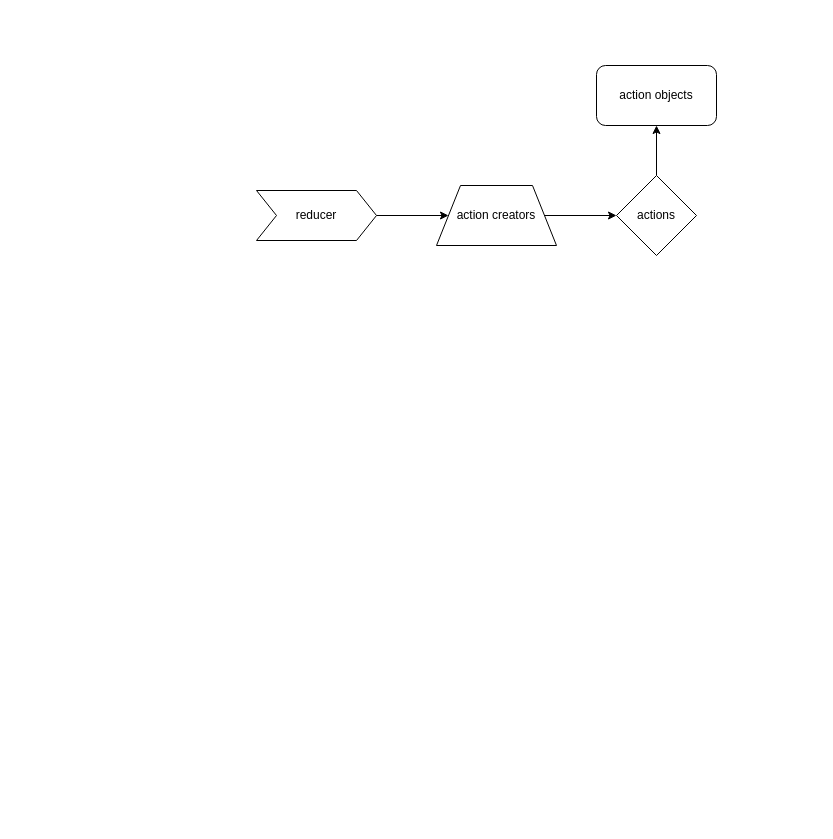
Before: My Articles/redux/Redux.drawio in anbarasan-raji/books, a draw.io diagram. Source tidied: cells renumbered, new cells numbered last; positions are measured from the earlier drawing's top-left corner, leaving out a move shared by most shapes. Both pictures are drawn from the tidied source at 100%, with x=0, y=0 at pixel (256, 65).
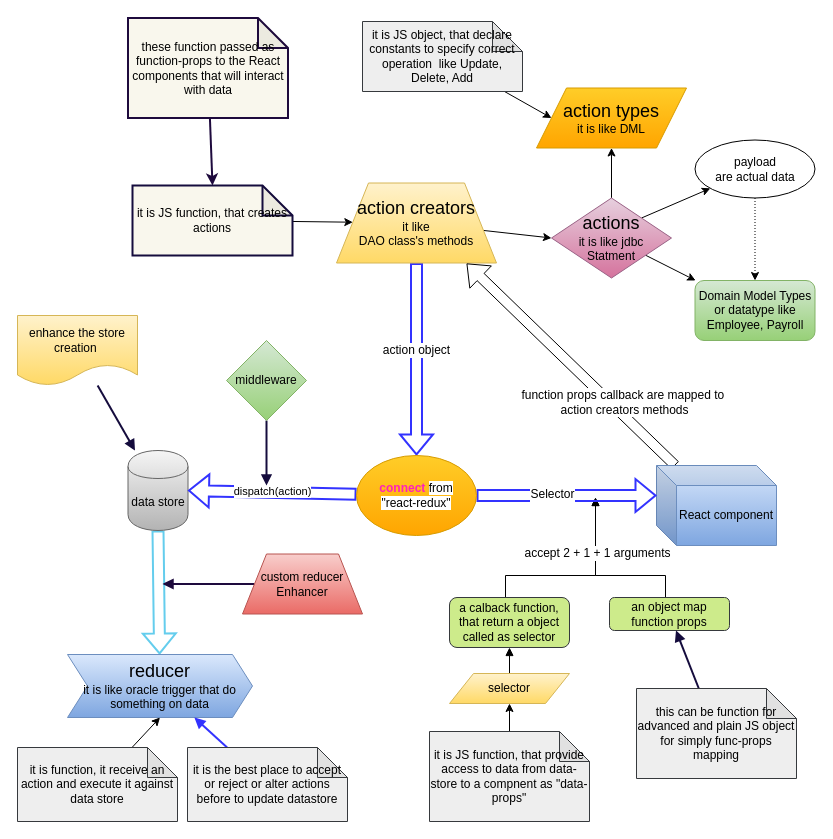
The same page after the edit.

Diff of the diagram source:
```diff
@@
-    <mxCell id="2" value="action objects" style="rounded=1;whiteSpace=wrap;html=1;" parent="1" vertex="1">
-      <mxGeometry x="340" width="120" height="60" as="geometry" />
-    </mxCell>
-    <mxCell id="3" style="edgeStyle=orthogonalEdgeStyle;rounded=0;jettySize=auto;html=1;entryX=0.5;entryY=1;entryDx=0;entryDy=0;" parent="1" edge="1" source="4" target="2">
+    <mxCell id="3" style="rounded=0;jettySize=auto;html=1;entryX=0.5;entryY=1;entryDx=0;entryDy=0;exitX=0.5;exitY=0;exitDx=0;exitDy=0;" parent="1" edge="1" source="4" target="15">
       <mxGeometry relative="1" as="geometry" />
     </mxCell>
+    <mxCell id="9" style="edgeStyle=none;rounded=0;jettySize=auto;html=1;exitX=1;exitY=0;exitDx=0;exitDy=0;" parent="1" edge="1" source="4" target="28">
+      <mxGeometry relative="1" as="geometry" />
+    </mxCell>
+    <mxCell id="10" style="edgeStyle=none;rounded=0;jettySize=auto;html=1;entryX=0.5;entryY=0;entryDx=0;entryDy=0;exitX=0.5;exitY=1;exitDx=0;exitDy=0;dashed=1;dashPattern=1 2;" parent="1" edge="1" source="28" target="29">
+      <mxGeometry relative="1" as="geometry" />
+    </mxCell>
+    <mxCell id="11" style="edgeStyle=none;rounded=0;jettySize=auto;html=1;" parent="1" edge="1" source="4" target="29">
+      <mxGeometry relative="1" as="geometry" />
+    </mxCell>
-    <mxCell id="4" value="actions" style="rhombus;whiteSpace=wrap;html=1;" parent="1" vertex="1">
-      <mxGeometry x="360" y="110" width="80" height="80" as="geometry" />
+    <mxCell id="4" value="&lt;font style=&quot;font-size: 18px&quot;&gt;actions&lt;/font&gt;&lt;br&gt;it is like jdbc &lt;br&gt;Statment" style="rhombus;whiteSpace=wrap;html=1;gradientColor=#d5739d;fillColor=#e6d0de;strokeColor=#996185;" parent="1" vertex="1">
+      <mxGeometry x="295" y="132.5" width="120" height="80" as="geometry" />
     </mxCell>
-    <mxCell id="5" style="edgeStyle=orthogonalEdgeStyle;rounded=0;jettySize=auto;html=1;entryX=0;entryY=0.5;entryDx=0;entryDy=0;" parent="1" edge="1" source="6" target="8">
-      <mxGeometry relative="1" as="geometry" />
-    </mxCell>
+    <mxCell id="12" style="edgeStyle=none;rounded=0;jettySize=auto;html=1;entryX=0.5;entryY=1;entryDx=0;entryDy=0;strokeWidth=2;shape=flexArrow;strokeColor=#64CDED;endArrow=none;startArrow=block;endFill=0;" parent="1" edge="1" source="6" target="30">
+      <mxGeometry relative="1" as="geometry" />
+    </mxCell>
-    <mxCell id="6" value="reducer" style="shape=step;perimeter=stepPerimeter;whiteSpace=wrap;html=1;fixedSize=1;" parent="1" vertex="1">
-      <mxGeometry y="125" width="120" height="50" as="geometry" />
+    <mxCell id="6" value="&lt;font style=&quot;font-size: 18px&quot;&gt;reducer&lt;/font&gt;&lt;br&gt;it is like oracle trigger that do something on data" style="shape=step;perimeter=stepPerimeter;whiteSpace=wrap;html=1;fixedSize=1;gradientColor=#7ea6e0;fillColor=#dae8fc;strokeColor=#6c8ebf;" parent="1" vertex="1">
+      <mxGeometry x="-189" y="589" width="185" height="63" as="geometry" />
     </mxCell>
-    <mxCell id="7" style="edgeStyle=orthogonalEdgeStyle;rounded=0;jettySize=auto;html=1;entryX=0;entryY=0.5;entryDx=0;entryDy=0;" parent="1" edge="1" source="8" target="4">
+    <mxCell id="7" style="rounded=0;jettySize=auto;html=1;entryX=0;entryY=0.5;entryDx=0;entryDy=0;" parent="1" edge="1" source="8" target="4">
       <mxGeometry relative="1" as="geometry" />
     </mxCell>
+    <mxCell id="13" style="edgeStyle=none;shape=flexArrow;rounded=0;jettySize=auto;html=1;startArrow=none;startFill=0;endArrow=block;endFill=1;strokeColor=#3333FF;strokeWidth=2;" parent="1" edge="1" source="8" target="42">
+      <mxGeometry relative="1" as="geometry" />
+    </mxCell>
+    <mxCell id="14" value="action object" style="text;html=1;align=center;verticalAlign=middle;labelBackgroundColor=#ffffff;" parent="13" vertex="1">
+      <mxGeometry x="-0.1" y="-1" relative="1" as="geometry" />
+    </mxCell>
-    <mxCell id="8" value="action creators" style="shape=trapezoid;perimeter=trapezoidPerimeter;whiteSpace=wrap;html=1;" parent="1" vertex="1">
-      <mxGeometry x="180" y="120" width="120" height="60" as="geometry" />
+    <mxCell id="8" value="&lt;font style=&quot;font-size: 18px&quot;&gt;action creators&lt;/font&gt;&lt;br&gt;it like &lt;br&gt;DAO class's methods" style="shape=trapezoid;perimeter=trapezoidPerimeter;whiteSpace=wrap;html=1;gradientColor=#ffd966;fillColor=#fff2cc;strokeColor=#d6b656;" parent="1" vertex="1">
+      <mxGeometry x="80" y="117.5" width="160" height="80" as="geometry" />
     </mxCell>
+    <mxCell id="15" value="&lt;font style=&quot;font-size: 18px&quot;&gt;action types&lt;/font&gt;&lt;br&gt;it is like DML" style="shape=parallelogram;perimeter=parallelogramPerimeter;whiteSpace=wrap;html=1;gradientColor=#ffa500;fillColor=#ffcd28;strokeColor=#d79b00;" parent="1" vertex="1">
+      <mxGeometry x="280" y="22.5" width="150" height="60" as="geometry" />
+    </mxCell>
+    <mxCell id="16" style="edgeStyle=none;rounded=0;jettySize=auto;html=1;entryX=0.5;entryY=1;entryDx=0;entryDy=0;startArrow=none;startFill=0;endArrow=block;endFill=1;" parent="1" edge="1" source="17" target="35">
+      <mxGeometry relative="1" as="geometry" />
+    </mxCell>
+    <mxCell id="17" value="selector" style="shape=parallelogram;perimeter=parallelogramPerimeter;whiteSpace=wrap;html=1;gradientColor=#ffd966;fillColor=#fff2cc;strokeColor=#d6b656;" parent="1" vertex="1">
+      <mxGeometry x="193" y="608" width="120" height="30" as="geometry" />
+    </mxCell>
+    <mxCell id="18" style="edgeStyle=none;rounded=0;jettySize=auto;html=1;entryX=0;entryY=0.5;entryDx=0;entryDy=0;" parent="1" edge="1" source="19" target="15">
+      <mxGeometry relative="1" as="geometry" />
+    </mxCell>
+    <mxCell id="19" value="it is JS object, that declare constants to specify correct operation&amp;nbsp; like Update, Delete, Add" style="shape=note;whiteSpace=wrap;html=1;backgroundOutline=1;darkOpacity=0.05;fillColor=#eeeeee;strokeColor=#36393d;" parent="1" vertex="1">
+      <mxGeometry x="106" y="-44" width="160" height="70" as="geometry" />
+    </mxCell>
+    <mxCell id="20" style="edgeStyle=none;rounded=0;jettySize=auto;html=1;" parent="1" edge="1" source="21" target="8">
+      <mxGeometry relative="1" as="geometry" />
+    </mxCell>
+    <mxCell id="21" value="it is JS function, that creates actions" style="shape=note;whiteSpace=wrap;html=1;backgroundOutline=1;darkOpacity=0.05;fillColor=#f9f7ed;strokeColor=#150C3D;strokeWidth=2;" parent="1" vertex="1">
+      <mxGeometry x="-124" y="120" width="160" height="70" as="geometry" />
+    </mxCell>
+    <mxCell id="22" style="edgeStyle=none;rounded=0;jettySize=auto;html=1;fillColor=#f9f7ed;strokeColor=#1E0A3D;strokeWidth=2;" parent="1" edge="1" source="23">
+      <mxGeometry relative="1" as="geometry">
+        <mxPoint x="-44" y="120" as="targetPoint" />
+      </mxGeometry>
+    </mxCell>
+    <mxCell id="23" value="these function passed as function-props to the React components that will interact with data" style="shape=note;whiteSpace=wrap;html=1;backgroundOutline=1;darkOpacity=0.05;fillColor=#f9f7ed;strokeColor=#1E0A3D;strokeWidth=2;" parent="1" vertex="1">
+      <mxGeometry x="-128.5" y="-47.5" width="160" height="100" as="geometry" />
+    </mxCell>
+    <mxCell id="24" style="edgeStyle=none;rounded=0;jettySize=auto;html=1;entryX=0.5;entryY=1;entryDx=0;entryDy=0;" parent="1" edge="1" source="25" target="6">
+      <mxGeometry relative="1" as="geometry" />
+    </mxCell>
+    <mxCell id="25" value="it is function, it receive an action and execute it against data store" style="shape=note;whiteSpace=wrap;html=1;backgroundOutline=1;darkOpacity=0.05;fillColor=#eeeeee;strokeColor=#36393d;" parent="1" vertex="1">
+      <mxGeometry x="-239" y="682" width="160" height="74" as="geometry" />
+    </mxCell>
+    <mxCell id="26" style="edgeStyle=none;rounded=0;jettySize=auto;html=1;" parent="1" edge="1" source="27" target="17">
+      <mxGeometry relative="1" as="geometry" />
+    </mxCell>
+    <mxCell id="27" value="it is JS function, that provide access to data from data-store to a compnent as &quot;data-props&quot;" style="shape=note;whiteSpace=wrap;html=1;backgroundOutline=1;darkOpacity=0.05;fillColor=#eeeeee;strokeColor=#36393d;" parent="1" vertex="1">
+      <mxGeometry x="173" y="666" width="160" height="90" as="geometry" />
+    </mxCell>
+    <mxCell id="28" value="payload&lt;br&gt;are actual data" style="ellipse;whiteSpace=wrap;html=1;" parent="1" vertex="1">
+      <mxGeometry x="438.5" y="74.5" width="120" height="58" as="geometry" />
+    </mxCell>
+    <mxCell id="29" value="&lt;span style=&quot;white-space: normal&quot;&gt;Domain Model Types or datatype like Employee, Payroll&lt;/span&gt;" style="rounded=1;whiteSpace=wrap;html=1;gradientColor=#97d077;fillColor=#d5e8d4;strokeColor=#82b366;" parent="1" vertex="1">
+      <mxGeometry x="438.5" y="215" width="120" height="60" as="geometry" />
+    </mxCell>
+    <mxCell id="30" value="data store" style="shape=cylinder;whiteSpace=wrap;html=1;boundedLbl=1;backgroundOutline=1;gradientColor=#b3b3b3;fillColor=#f5f5f5;strokeColor=#666666;" parent="1" vertex="1">
+      <mxGeometry x="-128.5" y="385" width="60" height="80" as="geometry" />
+    </mxCell>
+    <mxCell id="31" style="rounded=0;jettySize=auto;html=1;startArrow=none;startFill=0;endArrow=block;endFill=1;shape=flexArrow;entryX=0.813;entryY=1.006;entryDx=0;entryDy=0;entryPerimeter=0;" parent="1" edge="1" source="33" target="8">
+      <mxGeometry relative="1" as="geometry" />
+    </mxCell>
+    <mxCell id="32" value="function props callback are mapped to&amp;nbsp;&lt;br&gt;action creators methods" style="text;html=1;align=center;verticalAlign=middle;labelBackgroundColor=#ffffff;" parent="31" vertex="1">
+      <mxGeometry x="0.13" y="-1" relative="1" as="geometry">
+        <mxPoint x="65.5" y="51" as="offset" />
+      </mxGeometry>
+    </mxCell>
+    <mxCell id="33" value="React component" style="shape=cube;whiteSpace=wrap;html=1;boundedLbl=1;backgroundOutline=1;darkOpacity=0.05;darkOpacity2=0.1;gradientColor=#7ea6e0;fillColor=#dae8fc;strokeColor=#6c8ebf;" parent="1" vertex="1">
+      <mxGeometry x="400" y="400" width="120" height="80" as="geometry" />
+    </mxCell>
+    <mxCell id="34" style="edgeStyle=orthogonalEdgeStyle;rounded=0;jettySize=auto;html=1;startArrow=none;startFill=0;endArrow=block;endFill=1;" parent="1" edge="1" source="35">
+      <mxGeometry relative="1" as="geometry">
+        <mxPoint x="339" y="432" as="targetPoint" />
+        <Array as="points">
+          <mxPoint x="249" y="510" />
+          <mxPoint x="339" y="510" />
+        </Array>
+      </mxGeometry>
+    </mxCell>
+    <mxCell id="35" value="a calback function, that return a object called as selector" style="rounded=1;whiteSpace=wrap;html=1;fillColor=#cdeb8b;strokeColor=#36393d;" parent="1" vertex="1">
+      <mxGeometry x="193" y="532" width="120" height="50" as="geometry" />
+    </mxCell>
+    <mxCell id="36" style="edgeStyle=orthogonalEdgeStyle;rounded=0;jettySize=auto;html=1;startArrow=none;startFill=0;endArrow=block;endFill=1;" parent="1" edge="1" source="38">
+      <mxGeometry relative="1" as="geometry">
+        <mxPoint x="339" y="432" as="targetPoint" />
+        <Array as="points">
+          <mxPoint x="409" y="510" />
+          <mxPoint x="339" y="510" />
+        </Array>
+      </mxGeometry>
+    </mxCell>
+    <mxCell id="37" value="accept 2 + 1 + 1 arguments" style="text;html=1;align=center;verticalAlign=middle;labelBackgroundColor=#ffffff;" parent="36" vertex="1">
+      <mxGeometry x="0.54" y="-3" relative="1" as="geometry">
+        <mxPoint x="-2" y="16" as="offset" />
+      </mxGeometry>
+    </mxCell>
+    <mxCell id="38" value="an object map function props" style="rounded=1;whiteSpace=wrap;html=1;fillColor=#cdeb8b;strokeColor=#36393d;" parent="1" vertex="1">
+      <mxGeometry x="353" y="532" width="120" height="33" as="geometry" />
+    </mxCell>
+    <mxCell id="39" style="shape=flexArrow;rounded=0;jettySize=auto;html=1;entryX=0;entryY=0;entryDx=0;entryDy=30;entryPerimeter=0;startArrow=none;startFill=0;endArrow=block;endFill=1;strokeColor=#3333FF;strokeWidth=2;" parent="1" edge="1" source="42" target="33">
+      <mxGeometry relative="1" as="geometry" />
+    </mxCell>
+    <mxCell id="40" value="Selector" style="text;html=1;align=center;verticalAlign=middle;labelBackgroundColor=#ffffff;" parent="39" vertex="1">
+      <mxGeometry x="-0.17" y="2" relative="1" as="geometry" />
+    </mxCell>
+    <mxCell id="41" value="dispatch(action)" style="edgeStyle=none;shape=flexArrow;rounded=0;jettySize=auto;html=1;entryX=1;entryY=0.5;entryDx=0;entryDy=0;startArrow=none;startFill=0;endArrow=block;endFill=1;strokeColor=#3333FF;strokeWidth=2;" parent="1" edge="1" source="42" target="30">
+      <mxGeometry y="-1" relative="1" as="geometry" />
+    </mxCell>
+    <mxCell id="42" value="&lt;b&gt;&lt;font color=&quot;#ff1fbc&quot;&gt;connect&amp;nbsp;&lt;/font&gt;&lt;/b&gt;&lt;span style=&quot;background-color: rgb(255 , 255 , 255)&quot;&gt;from &lt;br&gt;&quot;react-redux&quot;&lt;/span&gt;" style="ellipse;whiteSpace=wrap;html=1;gradientColor=#ffa500;fillColor=#ffcd28;strokeColor=#d79b00;" parent="1" vertex="1">
+      <mxGeometry x="100" y="390" width="120" height="80" as="geometry" />
+    </mxCell>
+    <mxCell id="43" style="edgeStyle=none;rounded=0;jettySize=auto;html=1;startArrow=none;startFill=0;endArrow=block;endFill=1;strokeColor=#3333FF;strokeWidth=2;" parent="1" edge="1" source="44" target="6">
+      <mxGeometry relative="1" as="geometry" />
+    </mxCell>
+    <mxCell id="44" value="it is the best place to accept or reject or alter actions before to update datastore" style="shape=note;whiteSpace=wrap;html=1;backgroundOutline=1;darkOpacity=0.05;fillColor=#eeeeee;strokeColor=#36393d;" parent="1" vertex="1">
+      <mxGeometry x="-69" y="682" width="160" height="74" as="geometry" />
+    </mxCell>
+    <mxCell id="45" style="edgeStyle=none;rounded=0;jettySize=auto;html=1;startArrow=none;startFill=0;endArrow=block;endFill=1;strokeColor=#150C3D;strokeWidth=2;" parent="1" edge="1" source="46">
+      <mxGeometry relative="1" as="geometry">
+        <mxPoint x="10" y="420" as="targetPoint" />
+      </mxGeometry>
+    </mxCell>
+    <mxCell id="46" value="middleware" style="rhombus;whiteSpace=wrap;html=1;gradientColor=#97d077;fillColor=#d5e8d4;strokeColor=#82b366;" parent="1" vertex="1">
+      <mxGeometry x="-30" y="275" width="80" height="80" as="geometry" />
+    </mxCell>
+    <mxCell id="47" style="edgeStyle=none;rounded=0;jettySize=auto;html=1;startArrow=none;startFill=0;endArrow=block;endFill=1;strokeColor=#1E0A3D;strokeWidth=2;" parent="1" edge="1" source="48">
+      <mxGeometry relative="1" as="geometry">
+        <mxPoint x="-94" y="518.5" as="targetPoint" />
+      </mxGeometry>
+    </mxCell>
+    <mxCell id="48" value="custom reducer Enhancer" style="shape=trapezoid;perimeter=trapezoidPerimeter;whiteSpace=wrap;html=1;gradientColor=#ea6b66;fillColor=#f8cecc;strokeColor=#b85450;" parent="1" vertex="1">
+      <mxGeometry x="-14" y="488.5" width="120" height="60" as="geometry" />
+    </mxCell>
+    <mxCell id="49" style="edgeStyle=none;rounded=0;jettySize=auto;html=1;startArrow=none;startFill=0;endArrow=block;endFill=1;strokeColor=#150C3D;strokeWidth=2;" parent="1" edge="1" source="50" target="30">
+      <mxGeometry relative="1" as="geometry" />
+    </mxCell>
+    <mxCell id="50" value="enhance the store creation&amp;nbsp;" style="shape=document;whiteSpace=wrap;html=1;boundedLbl=1;gradientColor=#ffd966;fillColor=#fff2cc;strokeColor=#d6b656;" parent="1" vertex="1">
+      <mxGeometry x="-239" y="250" width="120" height="70" as="geometry" />
+    </mxCell>
+    <mxCell id="51" style="edgeStyle=none;rounded=0;jettySize=auto;html=1;startArrow=none;startFill=0;endArrow=block;endFill=1;strokeColor=#150C3D;strokeWidth=2;" parent="1" edge="1" source="52" target="38">
+      <mxGeometry relative="1" as="geometry" />
+    </mxCell>
+    <mxCell id="52" value="this can be function for advanced and plain JS object for simply func-props mapping" style="shape=note;whiteSpace=wrap;html=1;backgroundOutline=1;darkOpacity=0.05;fillColor=#eeeeee;strokeColor=#36393d;" parent="1" vertex="1">
+      <mxGeometry x="380" y="623" width="160" height="90" as="geometry" />
+    </mxCell>
```
